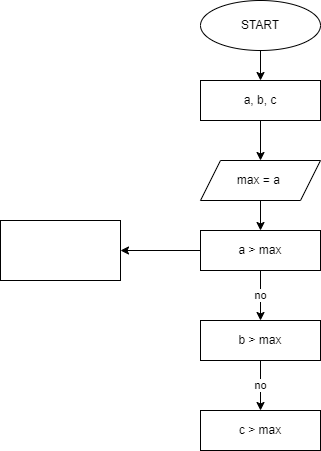
Above: Homework01/Ex04/block.drawio.png in JakeYotk/homework (draw.io), before the change. Source tidied: cells renumbered, new cells last; positions are measured from the earlier drawing's top-left corner, leaving out a move shared by most shapes.
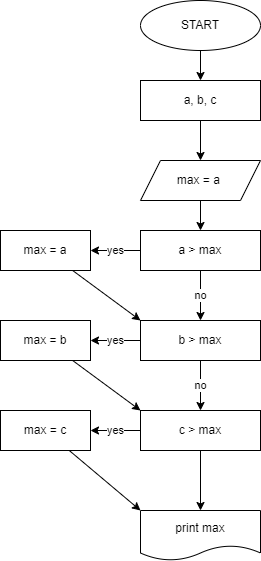
Later version of the same file.

Commit message:
Последняя задача

What changed in the source:
```diff
@@ -23,7 +23,7 @@
     <mxCell id="8" value="no" style="edgeStyle=none;html=1;" parent="1" edge="1" source="10" target="12">
       <mxGeometry relative="1" as="geometry" />
     </mxCell>
-    <mxCell id="9" style="edgeStyle=none;html=1;" parent="1" edge="1" source="10" target="14">
+    <mxCell id="9" value="yes" style="edgeStyle=none;html=1;" parent="1" edge="1" source="10" target="14">
       <mxGeometry relative="1" as="geometry" />
     </mxCell>
     <mxCell id="10" value="a &amp;gt; max" style="whiteSpace=wrap;html=1;" parent="1" vertex="1">
@@ -32,14 +32,41 @@
     <mxCell id="11" value="no" style="edgeStyle=none;html=1;" parent="1" edge="1" source="12" target="13">
       <mxGeometry relative="1" as="geometry" />
     </mxCell>
+    <mxCell id="15" value="yes" style="edgeStyle=none;html=1;" parent="1" edge="1" source="12" target="20">
+      <mxGeometry relative="1" as="geometry" />
+    </mxCell>
     <mxCell id="12" value="b &amp;gt; max" style="whiteSpace=wrap;html=1;" parent="1" vertex="1">
       <mxGeometry x="200" y="320" width="120" height="40" as="geometry" />
     </mxCell>
+    <mxCell id="16" value="yes" style="edgeStyle=none;html=1;" parent="1" edge="1" source="13" target="22">
+      <mxGeometry relative="1" as="geometry" />
+    </mxCell>
+    <mxCell id="17" style="edgeStyle=none;html=1;" parent="1" edge="1" source="13" target="23">
+      <mxGeometry relative="1" as="geometry" />
+    </mxCell>
     <mxCell id="13" value="c &amp;gt; max" style="whiteSpace=wrap;html=1;" parent="1" vertex="1">
       <mxGeometry x="200" y="410" width="120" height="40" as="geometry" />
     </mxCell>
+    <mxCell id="18" style="edgeStyle=none;html=1;entryX=0;entryY=0;entryDx=0;entryDy=0;" parent="1" edge="1" source="14" target="12">
+      <mxGeometry relative="1" as="geometry" />
+    </mxCell>
-    <mxCell id="14" style="whiteSpace=wrap;html=1;" parent="1" vertex="1">
-      <mxGeometry y="220" width="120" height="60" as="geometry" />
+    <mxCell id="14" value="max = a" style="whiteSpace=wrap;html=1;" parent="1" vertex="1">
+      <mxGeometry x="60" y="230" width="90" height="40" as="geometry" />
     </mxCell>
+    <mxCell id="19" style="edgeStyle=none;html=1;entryX=0;entryY=0;entryDx=0;entryDy=0;" parent="1" edge="1" source="20" target="13">
+      <mxGeometry relative="1" as="geometry" />
+    </mxCell>
+    <mxCell id="20" value="max = b" style="whiteSpace=wrap;html=1;" parent="1" vertex="1">
+      <mxGeometry x="60" y="320" width="90" height="40" as="geometry" />
+    </mxCell>
+    <mxCell id="21" style="edgeStyle=none;html=1;entryX=0;entryY=0;entryDx=0;entryDy=0;entryPerimeter=0;" parent="1" edge="1" source="22" target="23">
+      <mxGeometry relative="1" as="geometry" />
+    </mxCell>
+    <mxCell id="22" value="max = c" style="whiteSpace=wrap;html=1;" parent="1" vertex="1">
+      <mxGeometry x="60" y="410" width="90" height="40" as="geometry" />
+    </mxCell>
+    <mxCell id="23" value="print max" style="shape=document;whiteSpace=wrap;html=1;boundedLbl=1;" parent="1" vertex="1">
+      <mxGeometry x="200" y="510" width="120" height="50" as="geometry" />
+    </mxCell>
   </root>
 </mxGraphModel>
```
